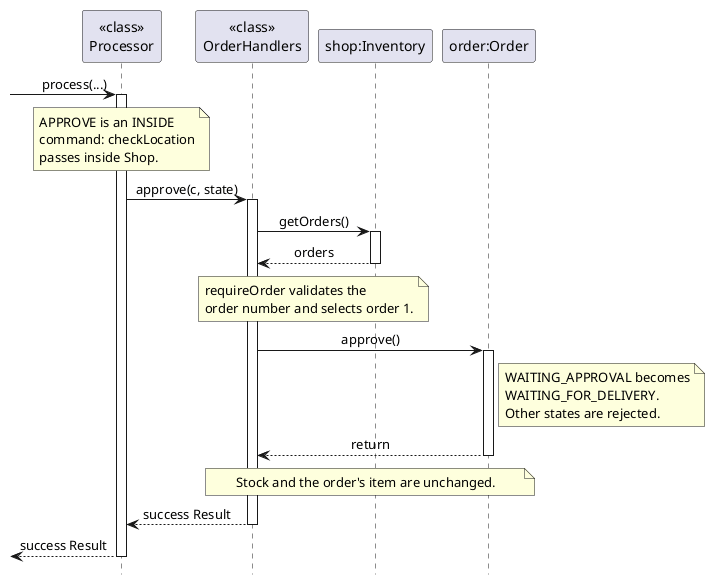
Above: docs/images/OrderApprovalSequence.png in AY2627S1-CS2113-W14-4/tp (PlantUML), before the change.
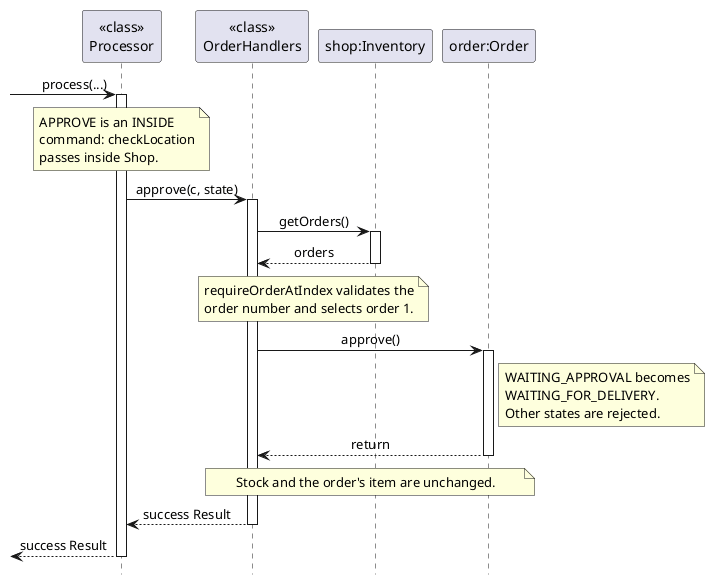
After the change.

What changed in the source:
```diff
@@ -21,7 +21,7 @@
 Inventory --> Handlers : orders
 deactivate Inventory
 note over Handlers, Inventory
-    requireOrder validates the
+    requireOrderAtIndex validates the
     order number and selects order 1.
 end note
 
```
